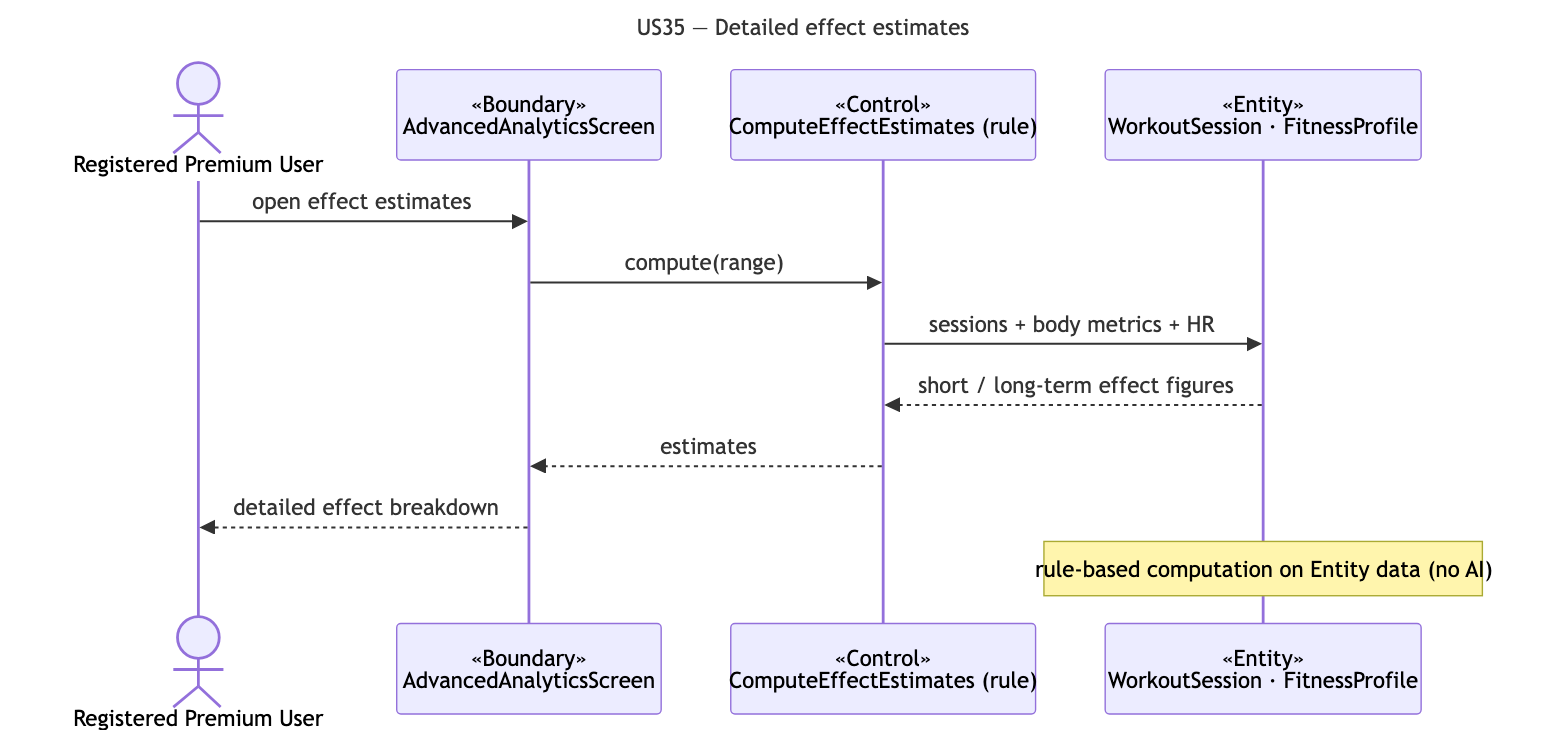
Above: docs/deliverables/sequence-diagrams/US35-detailed-effects.png in cyuanjun/FYP-26-S2-37-app (Mermaid), before the change. Its source is kept beside it as docs/deliverables/sequence-diagrams/src/US35-detailed-effects.mmd.
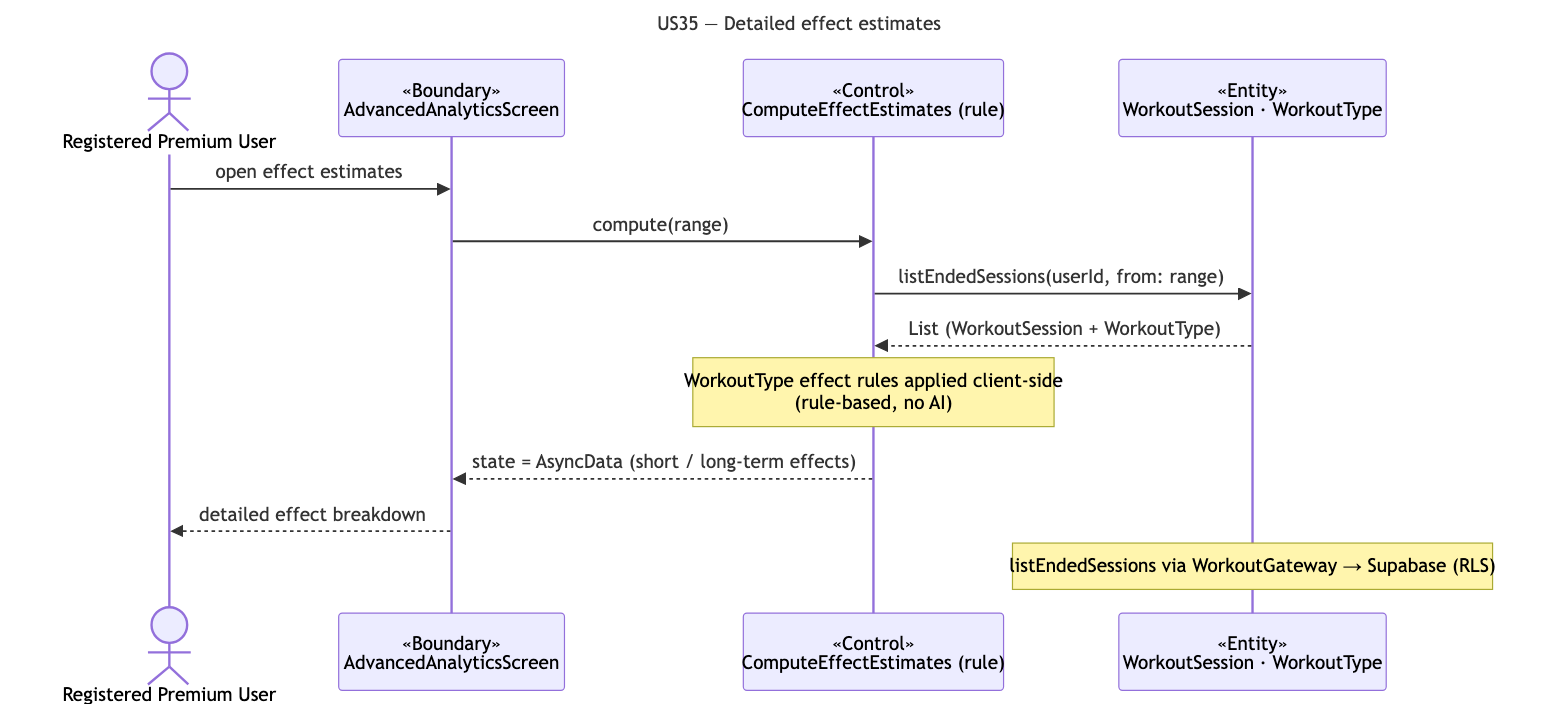
The same file after the commit.

What changed in the source:
```diff
@@ -5,11 +5,12 @@
   actor A as Registered Premium User
   participant B as «Boundary»<br/>AdvancedAnalyticsScreen
   participant C as «Control»<br/>ComputeEffectEstimates (rule)
-  participant E as «Entity»<br/>WorkoutSession · FitnessProfile
+  participant E as «Entity»<br/>WorkoutSession · WorkoutType
   A->>B: open effect estimates
   B->>C: compute(range)
-  C->>E: sessions + body metrics + HR
-  E-->>C: short / long-term effect figures
-  C-->>B: estimates
+  C->>E: listEndedSessions(userId, from: range)
+  E-->>C: List (WorkoutSession + WorkoutType)
+  note over C: WorkoutType effect rules applied client-side<br/>(rule-based, no AI)
+  C-->>B: state = AsyncData (short / long-term effects)
   B-->>A: detailed effect breakdown
-  note over E: rule-based computation on Entity data (no AI)
+  note over E: listEndedSessions via WorkoutGateway → Supabase (RLS)
```
